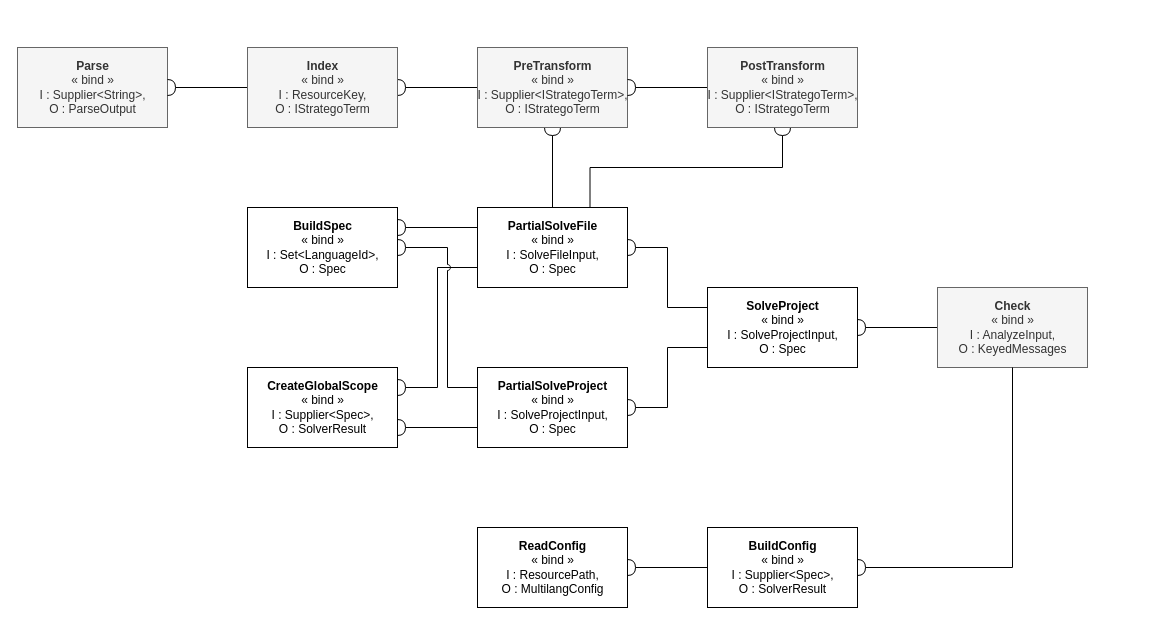
Before: page "MLA Task Hierarchy" (16 of 19) of Spoofax3 Diagrams.drawio in AZWN/Spoofax-pie-diagrams, a draw.io diagram. Source tidied: cells renumbered, new cells numbered last; positions are measured from the earlier drawing's top-left corner, leaving out a move shared by most shapes. Both pictures are drawn from the tidied source at 100%, with x=0, y=0 at pixel (17, 47).
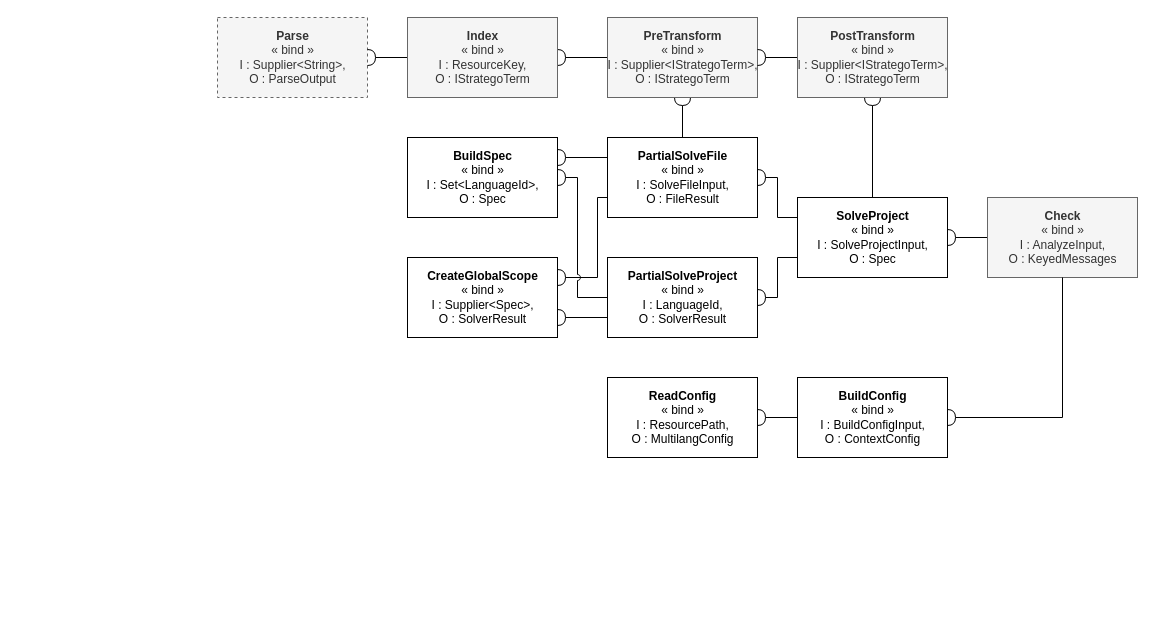
The same diagram, later.

What changed in the source:
```diff
@@
     <mxCell id="3" value="&lt;b&gt;Check&lt;/b&gt;&lt;br&gt;« bind »&lt;br&gt;I : AnalyzeInput, &lt;br&gt;O : KeyedMessages" style="html=1;fillColor=#f5f5f5;strokeColor=#666666;fontColor=#333333;" parent="1" vertex="1">
-      <mxGeometry x="920" y="240" width="150" height="80" as="geometry" />
+      <mxGeometry x="970" y="150" width="150" height="80" as="geometry" />
     </mxCell>
     <mxCell id="4" value="&lt;b&gt;BuildSpec&lt;/b&gt;&lt;br&gt;« bind »&lt;br&gt;I : Set&amp;lt;LanguageId&amp;gt;, &lt;br&gt;O : Spec" style="html=1;" parent="1" vertex="1">
-      <mxGeometry x="230" y="160" width="150" height="80" as="geometry" />
+      <mxGeometry x="390" y="90" width="150" height="80" as="geometry" />
     </mxCell>
     <mxCell id="5" value="&lt;b&gt;CreateGlobalScope&lt;/b&gt;&lt;br&gt;« bind »&lt;br&gt;I : Supplier&amp;lt;Spec&amp;gt;, &lt;br&gt;O : SolverResult" style="html=1;" parent="1" vertex="1">
-      <mxGeometry x="230" y="320" width="150" height="80" as="geometry" />
+      <mxGeometry x="390" y="210" width="150" height="80" as="geometry" />
     </mxCell>
     <mxCell id="6" style="edgeStyle=orthogonalEdgeStyle;rounded=0;jettySize=auto;html=1;exitX=0;exitY=0.75;exitDx=0;exitDy=0;entryX=1;entryY=0.25;entryDx=0;entryDy=0;startArrow=none;startFill=0;endArrow=halfCircle;endFill=0;" parent="1" edge="1" source="10" target="5">
-      <mxGeometry relative="1" as="geometry" />
+      <mxGeometry relative="1" as="geometry">
+        <Array as="points">
+          <mxPoint x="580" y="150" />
+          <mxPoint x="580" y="230" />
+        </Array>
+      </mxGeometry>
     </mxCell>
@@
-    <mxCell id="9" style="edgeStyle=orthogonalEdgeStyle;rounded=0;jumpStyle=arc;jettySize=auto;html=1;exitX=0.75;exitY=0;exitDx=0;exitDy=0;entryX=0.5;entryY=1;entryDx=0;entryDy=0;startArrow=none;startFill=0;endArrow=halfCircle;endFill=0;" parent="1" edge="1" source="10" target="25">
+    <mxCell id="9" style="edgeStyle=orthogonalEdgeStyle;rounded=0;jumpStyle=arc;jettySize=auto;html=1;exitX=0.5;exitY=0;exitDx=0;exitDy=0;entryX=0.5;entryY=1;entryDx=0;entryDy=0;startArrow=none;startFill=0;endArrow=halfCircle;endFill=0;" parent="1" edge="1" source="17" target="25">
       <mxGeometry relative="1" as="geometry" />
     </mxCell>
-    <mxCell id="10" value="&lt;b&gt;PartialSolveFile&lt;/b&gt;&lt;br&gt;« bind »&lt;br&gt;I : SolveFileInput, &lt;br&gt;O : Spec" style="html=1;" parent="1" vertex="1">
-      <mxGeometry x="460" y="160" width="150" height="80" as="geometry" />
+    <mxCell id="10" value="&lt;b&gt;PartialSolveFile&lt;/b&gt;&lt;br&gt;« bind »&lt;br&gt;I : SolveFileInput, &lt;br&gt;O : FileResult" style="html=1;" parent="1" vertex="1">
+      <mxGeometry x="590" y="90" width="150" height="80" as="geometry" />
     </mxCell>
@@
     <mxCell id="12" style="edgeStyle=orthogonalEdgeStyle;rounded=0;jettySize=auto;html=1;exitX=0;exitY=0.25;exitDx=0;exitDy=0;entryX=1;entryY=0.5;entryDx=0;entryDy=0;startArrow=none;startFill=0;endArrow=halfCircle;endFill=0;jumpStyle=arc;" parent="1" edge="1" source="13" target="4">
       <mxGeometry relative="1" as="geometry">
         <Array as="points">
-          <mxPoint x="430" y="340" />
-          <mxPoint x="430" y="200" />
+          <mxPoint x="590" y="250" />
+          <mxPoint x="560" y="250" />
+          <mxPoint x="560" y="130" />
         </Array>
       </mxGeometry>
     </mxCell>
-    <mxCell id="13" value="&lt;b&gt;PartialSolveProject&lt;/b&gt;&lt;br&gt;« bind »&lt;br&gt;I : SolveProjectInput, &lt;br&gt;O : Spec" style="html=1;" parent="1" vertex="1">
-      <mxGeometry x="460" y="320" width="150" height="80" as="geometry" />
+    <mxCell id="13" value="&lt;b&gt;PartialSolveProject&lt;/b&gt;&lt;br&gt;« bind »&lt;br&gt;I : LanguageId, &lt;br&gt;O : SolverResult" style="html=1;" parent="1" vertex="1">
+      <mxGeometry x="590" y="210" width="150" height="80" as="geometry" />
     </mxCell>
@@
     <mxCell id="17" value="&lt;b&gt;SolveProject&lt;/b&gt;&lt;br&gt;« bind »&lt;br&gt;I : SolveProjectInput, &lt;br&gt;O : Spec" style="html=1;" parent="1" vertex="1">
-      <mxGeometry x="690" y="240" width="150" height="80" as="geometry" />
+      <mxGeometry x="780" y="150" width="150" height="80" as="geometry" />
     </mxCell>
     <mxCell id="18" value="&lt;b&gt;ReadConfig&lt;/b&gt;&lt;br&gt;« bind »&lt;br&gt;I : ResourcePath, &lt;br&gt;O : MultilangConfig" style="html=1;" parent="1" vertex="1">
-      <mxGeometry x="460" y="480" width="150" height="80" as="geometry" />
+      <mxGeometry x="590" y="330" width="150" height="80" as="geometry" />
     </mxCell>
@@
-    <mxCell id="20" value="&lt;b&gt;BuildConfig&lt;/b&gt;&lt;br&gt;« bind »&lt;br&gt;I : Supplier&amp;lt;Spec&amp;gt;, &lt;br&gt;O : SolverResult" style="html=1;" parent="1" vertex="1">
-      <mxGeometry x="690" y="480" width="150" height="80" as="geometry" />
+    <mxCell id="20" value="&lt;b&gt;BuildConfig&lt;/b&gt;&lt;br&gt;« bind »&lt;br&gt;I : BuildConfigInput, &lt;br&gt;O : ContextConfig" style="html=1;" parent="1" vertex="1">
+      <mxGeometry x="780" y="330" width="150" height="80" as="geometry" />
     </mxCell>
-    <mxCell id="21" value="&lt;b&gt;Parse&lt;/b&gt;&lt;br&gt;« bind »&lt;br&gt;I : Supplier&amp;lt;String&amp;gt;, &lt;br&gt;O : ParseOutput" style="html=1;fillColor=#f5f5f5;strokeColor=#666666;fontColor=#333333;" parent="1" vertex="1">
-      <mxGeometry width="150" height="80" as="geometry" />
+    <mxCell id="21" value="&lt;b&gt;Parse&lt;/b&gt;&lt;br&gt;« bind »&lt;br&gt;I : Supplier&amp;lt;String&amp;gt;, &lt;br&gt;O : ParseOutput" style="html=1;fillColor=#f5f5f5;strokeColor=#666666;fontColor=#333333;dashed=1;" parent="1" vertex="1">
+      <mxGeometry x="200" y="-30" width="150" height="80" as="geometry" />
     </mxCell>
@@
     <mxCell id="23" value="&lt;b&gt;PreTransform&lt;/b&gt;&lt;br&gt;« bind »&lt;br&gt;I : Supplier&amp;lt;IStrategoTerm&amp;gt;, &lt;br&gt;O : IStrategoTerm" style="html=1;fillColor=#f5f5f5;strokeColor=#666666;fontColor=#333333;" parent="1" vertex="1">
-      <mxGeometry x="460" width="150" height="80" as="geometry" />
+      <mxGeometry x="590" y="-30" width="150" height="80" as="geometry" />
     </mxCell>
@@
     <mxCell id="25" value="&lt;b&gt;PostTransform&lt;/b&gt;&lt;br&gt;« bind »&lt;br&gt;I : Supplier&amp;lt;IStrategoTerm&amp;gt;, &lt;br&gt;O : IStrategoTerm" style="html=1;fillColor=#f5f5f5;strokeColor=#666666;fontColor=#333333;" parent="1" vertex="1">
-      <mxGeometry x="690" width="150" height="80" as="geometry" />
+      <mxGeometry x="780" y="-30" width="150" height="80" as="geometry" />
     </mxCell>
@@
     <mxCell id="27" value="&lt;b&gt;Index&lt;/b&gt;&lt;br&gt;« bind »&lt;br&gt;I : ResourceKey, &lt;br&gt;O : IStrategoTerm" style="html=1;fillColor=#f5f5f5;strokeColor=#666666;fontColor=#333333;" parent="1" vertex="1">
-      <mxGeometry x="230" width="150" height="80" as="geometry" />
+      <mxGeometry x="390" y="-30" width="150" height="80" as="geometry" />
     </mxCell>
```
